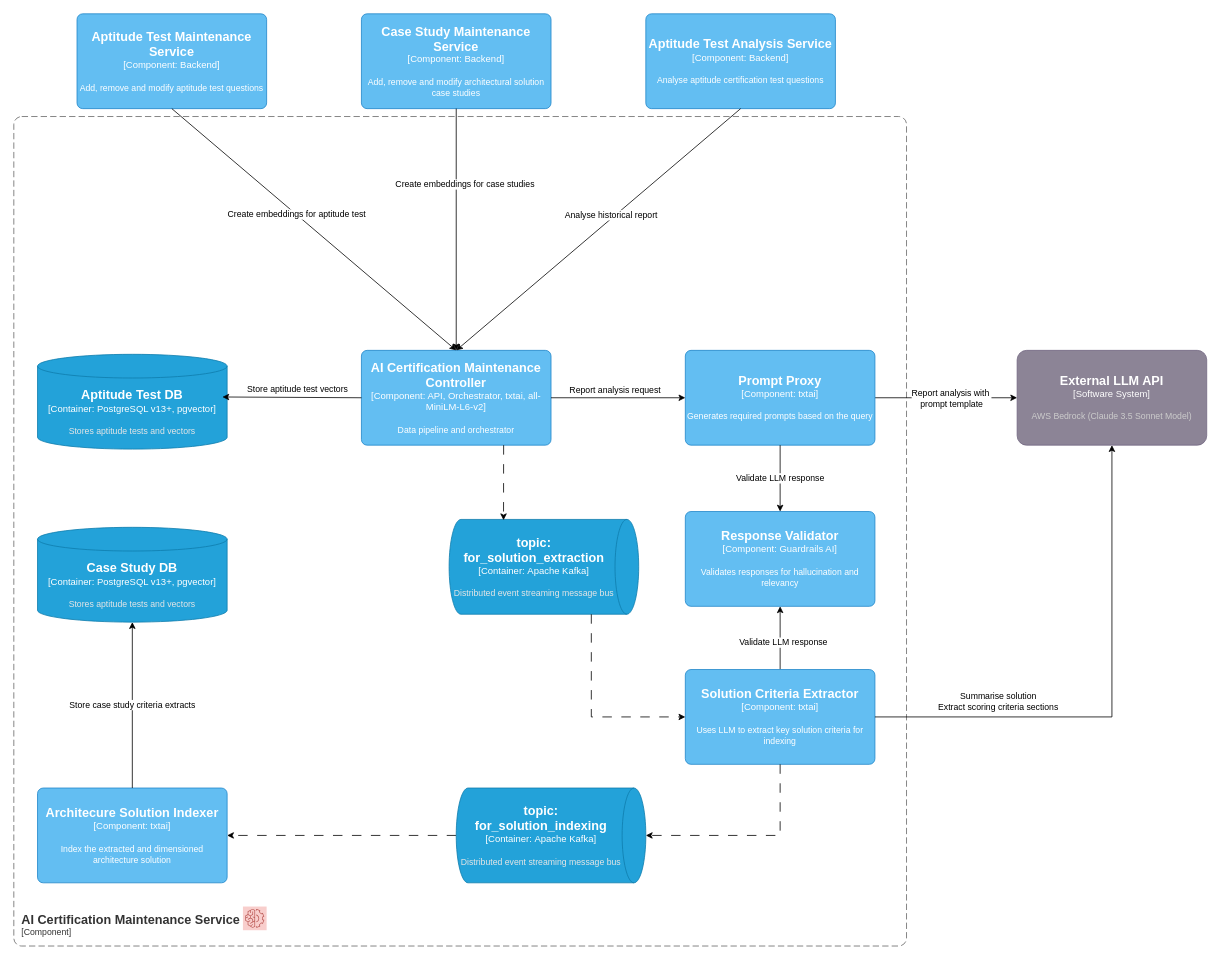
The draw.io diagram page "C3-AI Certification Maintenance Service Component" (5 of 9) of Certifiable c4.drawio in architectrons/arch-kata-2025, before the edit. Source tidied: cells renumbered, new cells numbered last; positions are measured from the earlier drawing's top-left corner, leaving out a move shared by most shapes. Both pictures are drawn from the tidied source at 79%, with x=0, y=0 at pixel (13, 13).
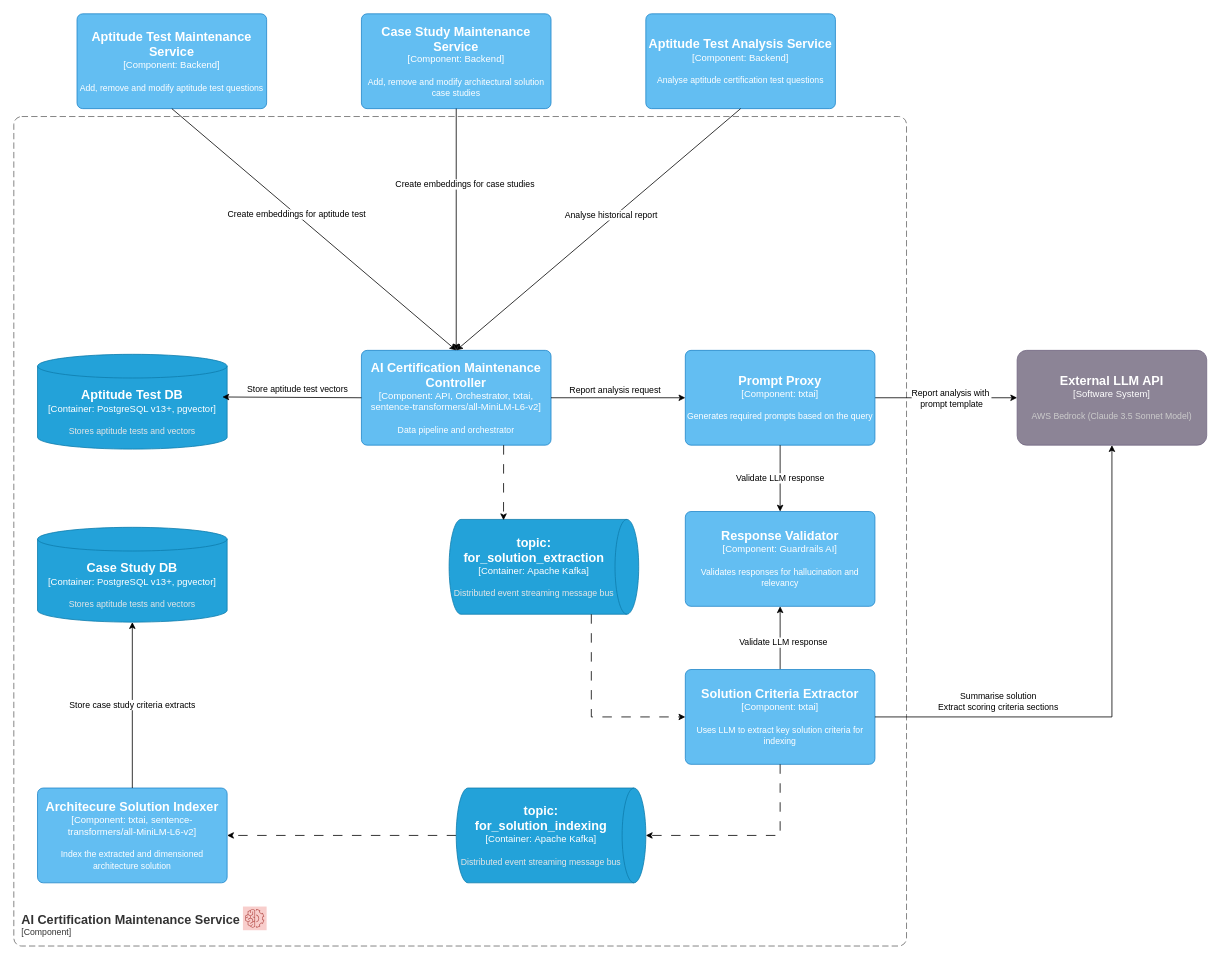
Above is the later version.

Diff of the diagram source:
```diff
@@
-    <object id="7" label="&lt;font style=&quot;font-size: 16px&quot;&gt;&lt;b&gt;%c4Name%&lt;/b&gt;&lt;/font&gt;&lt;div&gt;[%c4Type%: %c4Technology%]&lt;/div&gt;&lt;br&gt;&lt;div&gt;&lt;font style=&quot;font-size: 11px&quot;&gt;%c4Description%&lt;/font&gt;&lt;/div&gt;" c4Description="Data pipeline and orchestrator" c4Name="AI Certification Maintenance Controller" c4Technology="API, Orchestrator, txtai, &#9;all-MiniLM-L6-v2" c4Type="Component" placeholders="1">
+    <object id="7" label="&lt;font style=&quot;font-size: 16px&quot;&gt;&lt;b&gt;%c4Name%&lt;/b&gt;&lt;/font&gt;&lt;div&gt;[%c4Type%: %c4Technology%]&lt;/div&gt;&lt;br&gt;&lt;div&gt;&lt;font style=&quot;font-size: 11px&quot;&gt;%c4Description%&lt;/font&gt;&lt;/div&gt;" c4Description="Data pipeline and orchestrator" c4Name="AI Certification Maintenance Controller" c4Technology="API, Orchestrator, txtai, sentence-transformers/all-MiniLM-L6-v2" c4Type="Component" placeholders="1">
       <mxCell style="rounded=1;whiteSpace=wrap;html=1;labelBackgroundColor=none;fillColor=#63BEF2;fontColor=#ffffff;align=center;arcSize=6;strokeColor=#2086C9;points=[[0.25,0,0],[0.5,0,0],[0.75,0,0],[1,0.25,0],[1,0.5,0],[1,0.75,0],[0.75,1,0],[0.5,1,0],[0.25,1,0],[0,0.75,0],[0,0.5,0],[0,0.25,0]];" parent="1" vertex="1">
         <mxGeometry x="440" y="426" width="240" height="120" as="geometry" />
       </mxCell>
     </object>
@@
-    <object id="36" label="&lt;font style=&quot;font-size: 16px&quot;&gt;&lt;b&gt;%c4Name%&lt;/b&gt;&lt;/font&gt;&lt;div&gt;[%c4Type%: %c4Technology%]&lt;/div&gt;&lt;br&gt;&lt;div&gt;&lt;font style=&quot;font-size: 11px&quot;&gt;%c4Description%&lt;/font&gt;&lt;/div&gt;" c4Description="Index the extracted and dimensioned architecture solution" c4Name="Architecure Solution Indexer" c4Technology="txtai" c4Type="Component" placeholders="1">
+    <object id="36" label="&lt;font style=&quot;font-size: 16px&quot;&gt;&lt;b&gt;%c4Name%&lt;/b&gt;&lt;/font&gt;&lt;div&gt;[%c4Type%: %c4Technology%]&lt;/div&gt;&lt;br&gt;&lt;div&gt;&lt;font style=&quot;font-size: 11px&quot;&gt;%c4Description%&lt;/font&gt;&lt;/div&gt;" c4Description="Index the extracted and dimensioned architecture solution" c4Name="Architecure Solution Indexer" c4Technology="txtai, sentence-transformers/all-MiniLM-L6-v2" c4Type="Component" placeholders="1">
       <mxCell style="rounded=1;whiteSpace=wrap;html=1;labelBackgroundColor=none;fillColor=#63BEF2;fontColor=#ffffff;align=center;arcSize=6;strokeColor=#2086C9;points=[[0.25,0,0],[0.5,0,0],[0.75,0,0],[1,0.25,0],[1,0.5,0],[1,0.75,0],[0.75,1,0],[0.5,1,0],[0.25,1,0],[0,0.75,0],[0,0.5,0],[0,0.25,0]];" parent="1" vertex="1">
         <mxGeometry x="30" y="980" width="240" height="120" as="geometry" />
       </mxCell>
     </object>
```
